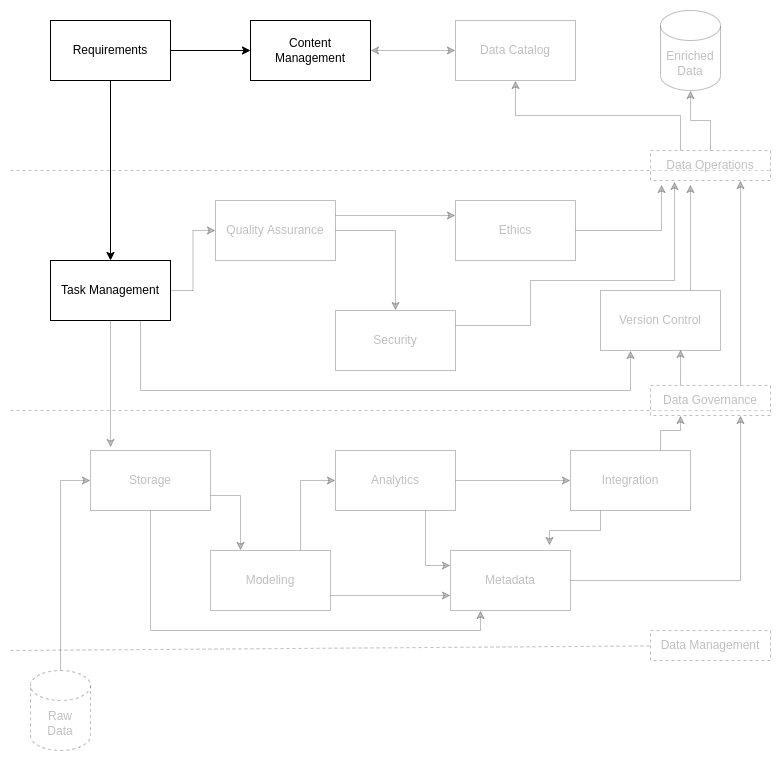
CertusGroup/ciutshi keeps this draw.io diagram as docs/source/static/images/do_overview_req.png. Above is the earlier version. Source tidied: cells renumbered, new cells last; positions are measured from the earlier drawing's top-left corner, leaving out a move shared by most shapes.
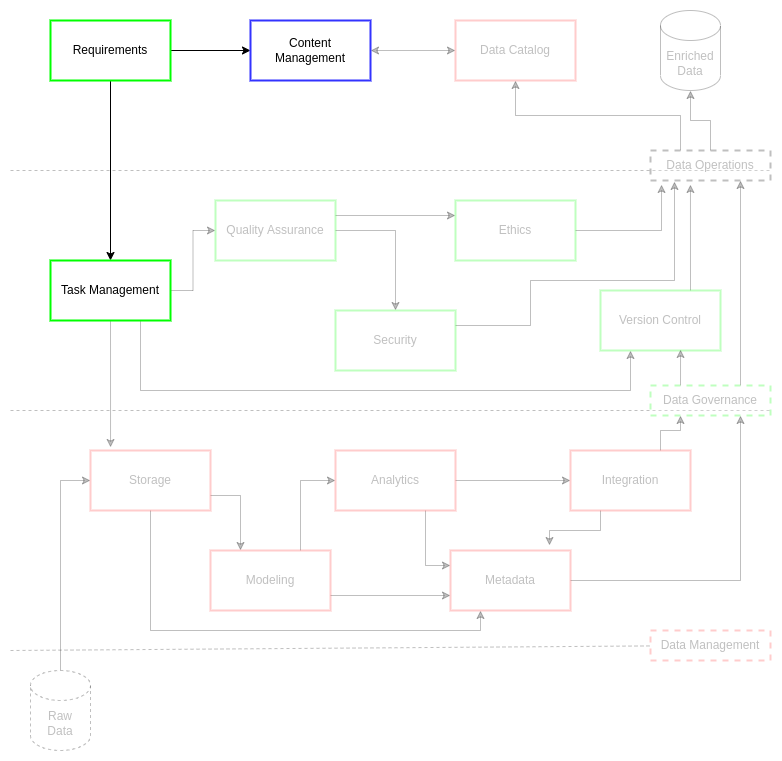
The same diagram one commit later.

The edit, as a diff of the source:
```diff
@@ -20,7 +20,7 @@
     <mxCell id="5" style="edgeStyle=orthogonalEdgeStyle;rounded=0;jettySize=auto;html=1;exitX=0.5;exitY=1;exitDx=0;exitDy=0;entryX=0.25;entryY=1;entryDx=0;entryDy=0;opacity=25;textOpacity=25;" parent="1" edge="1" source="6" target="14">
       <mxGeometry relative="1" as="geometry" />
     </mxCell>
-    <mxCell id="6" value="Storage" style="rounded=0;whiteSpace=wrap;html=1;opacity=25;textOpacity=25;" parent="1" vertex="1">
+    <mxCell id="6" value="Storage" style="rounded=0;whiteSpace=wrap;html=1;strokeWidth=2;strokeColor=#FF3333;opacity=25;textOpacity=25;" parent="1" vertex="1">
       <mxGeometry x="80" y="440" width="120" height="60" as="geometry" />
     </mxCell>
     <mxCell id="7" style="edgeStyle=orthogonalEdgeStyle;rounded=0;jettySize=auto;html=1;exitX=0.75;exitY=0;exitDx=0;exitDy=0;entryX=0;entryY=0.5;entryDx=0;entryDy=0;opacity=25;textOpacity=25;" parent="1" edge="1" source="9" target="12">
@@ -29,7 +29,7 @@
     <mxCell id="8" style="edgeStyle=orthogonalEdgeStyle;rounded=0;jettySize=auto;html=1;exitX=1;exitY=0.75;exitDx=0;exitDy=0;entryX=0;entryY=0.75;entryDx=0;entryDy=0;opacity=25;textOpacity=25;" parent="1" edge="1" source="9" target="14">
       <mxGeometry relative="1" as="geometry" />
     </mxCell>
-    <mxCell id="9" value="Modeling" style="rounded=0;whiteSpace=wrap;html=1;opacity=25;textOpacity=25;" parent="1" vertex="1">
+    <mxCell id="9" value="Modeling" style="rounded=0;whiteSpace=wrap;html=1;strokeWidth=2;strokeColor=#FF3333;opacity=25;textOpacity=25;" parent="1" vertex="1">
       <mxGeometry x="200" y="540" width="120" height="60" as="geometry" />
     </mxCell>
     <mxCell id="10" style="edgeStyle=orthogonalEdgeStyle;rounded=0;jettySize=auto;html=1;exitX=1;exitY=0.5;exitDx=0;exitDy=0;entryX=0;entryY=0.5;entryDx=0;entryDy=0;opacity=25;textOpacity=25;" parent="1" edge="1" source="12" target="17">
@@ -38,13 +38,13 @@
     <mxCell id="11" style="edgeStyle=orthogonalEdgeStyle;rounded=0;jettySize=auto;html=1;exitX=0.75;exitY=1;exitDx=0;exitDy=0;entryX=0;entryY=0.25;entryDx=0;entryDy=0;opacity=25;textOpacity=25;" parent="1" edge="1" source="12" target="14">
       <mxGeometry relative="1" as="geometry" />
     </mxCell>
-    <mxCell id="12" value="Analytics" style="rounded=0;whiteSpace=wrap;html=1;opacity=25;textOpacity=25;" parent="1" vertex="1">
+    <mxCell id="12" value="Analytics" style="rounded=0;whiteSpace=wrap;html=1;strokeWidth=2;strokeColor=#FF3333;opacity=25;textOpacity=25;" parent="1" vertex="1">
       <mxGeometry x="325" y="440" width="120" height="60" as="geometry" />
     </mxCell>
     <mxCell id="13" style="edgeStyle=orthogonalEdgeStyle;rounded=0;jettySize=auto;html=1;exitX=1;exitY=0.5;exitDx=0;exitDy=0;entryX=0.75;entryY=1;entryDx=0;entryDy=0;opacity=25;textOpacity=25;" parent="1" edge="1" source="14" target="38">
       <mxGeometry relative="1" as="geometry" />
     </mxCell>
-    <mxCell id="14" value="Metadata" style="rounded=0;whiteSpace=wrap;html=1;opacity=25;textOpacity=25;" parent="1" vertex="1">
+    <mxCell id="14" value="Metadata" style="rounded=0;whiteSpace=wrap;html=1;strokeWidth=2;strokeColor=#FF3333;opacity=25;textOpacity=25;" parent="1" vertex="1">
       <mxGeometry x="440" y="540" width="120" height="60" as="geometry" />
     </mxCell>
     <mxCell id="15" style="edgeStyle=orthogonalEdgeStyle;rounded=0;jettySize=auto;html=1;exitX=0.25;exitY=1;exitDx=0;exitDy=0;entryX=0.825;entryY=-0.083;entryDx=0;entryDy=0;entryPerimeter=0;opacity=25;textOpacity=25;" parent="1" edge="1" source="17" target="14">
@@ -53,10 +53,10 @@
     <mxCell id="16" style="edgeStyle=orthogonalEdgeStyle;rounded=0;jettySize=auto;html=1;exitX=0.75;exitY=0;exitDx=0;exitDy=0;entryX=0.25;entryY=1;entryDx=0;entryDy=0;opacity=25;textOpacity=25;" parent="1" edge="1" source="17" target="38">
       <mxGeometry relative="1" as="geometry" />
     </mxCell>
-    <mxCell id="17" value="Integration" style="rounded=0;whiteSpace=wrap;html=1;opacity=25;textOpacity=25;" parent="1" vertex="1">
+    <mxCell id="17" value="Integration" style="rounded=0;whiteSpace=wrap;html=1;strokeWidth=2;strokeColor=#FF3333;opacity=25;textOpacity=25;" parent="1" vertex="1">
       <mxGeometry x="560" y="440" width="120" height="60" as="geometry" />
     </mxCell>
-    <mxCell id="18" value="Data Catalog&lt;br&gt;" style="rounded=0;whiteSpace=wrap;html=1;opacity=25;textOpacity=25;" parent="1" vertex="1">
+    <mxCell id="18" value="Data Catalog&lt;br&gt;" style="rounded=0;whiteSpace=wrap;html=1;strokeWidth=2;strokeColor=#FF3333;opacity=25;textOpacity=25;" parent="1" vertex="1">
       <mxGeometry x="445" y="10" width="120" height="60" as="geometry" />
     </mxCell>
     <mxCell id="19" style="edgeStyle=orthogonalEdgeStyle;rounded=0;jettySize=auto;html=1;exitX=0.5;exitY=1;exitDx=0;exitDy=0;entryX=0.5;entryY=0;entryDx=0;entryDy=0;" parent="1" edge="1" source="21" target="25">
@@ -65,7 +65,7 @@
     <mxCell id="20" style="edgeStyle=orthogonalEdgeStyle;rounded=0;jettySize=auto;html=1;exitX=1;exitY=0.5;exitDx=0;exitDy=0;entryX=0;entryY=0.5;entryDx=0;entryDy=0;" parent="1" edge="1" source="21" target="48">
       <mxGeometry relative="1" as="geometry" />
     </mxCell>
-    <mxCell id="21" value="Requirements" style="rounded=0;whiteSpace=wrap;html=1;" parent="1" vertex="1">
+    <mxCell id="21" value="Requirements" style="rounded=0;whiteSpace=wrap;html=1;strokeColor=#00FF00;strokeWidth=2;" parent="1" vertex="1">
       <mxGeometry x="40" y="10" width="120" height="60" as="geometry" />
     </mxCell>
     <mxCell id="22" style="edgeStyle=orthogonalEdgeStyle;rounded=0;jettySize=auto;html=1;exitX=1;exitY=0.5;exitDx=0;exitDy=0;entryX=0;entryY=0.5;entryDx=0;entryDy=0;opacity=25;textOpacity=25;" parent="1" edge="1" source="25" target="28">
@@ -82,7 +82,7 @@
     <mxCell id="24" style="edgeStyle=orthogonalEdgeStyle;rounded=0;jettySize=auto;html=1;exitX=0.5;exitY=1;exitDx=0;exitDy=0;entryX=0.167;entryY=-0.05;entryDx=0;entryDy=0;entryPerimeter=0;opacity=25;textOpacity=25;" parent="1" edge="1" source="25" target="6">
       <mxGeometry relative="1" as="geometry" />
     </mxCell>
-    <mxCell id="25" value="Task Management" style="rounded=0;whiteSpace=wrap;html=1;" parent="1" vertex="1">
+    <mxCell id="25" value="Task Management" style="rounded=0;whiteSpace=wrap;html=1;strokeColor=#00FF00;strokeWidth=2;" parent="1" vertex="1">
       <mxGeometry x="40" y="250" width="120" height="60" as="geometry" />
     </mxCell>
     <mxCell id="26" style="edgeStyle=orthogonalEdgeStyle;rounded=0;jettySize=auto;html=1;exitX=1;exitY=0.5;exitDx=0;exitDy=0;entryX=0.5;entryY=0;entryDx=0;entryDy=0;opacity=25;textOpacity=25;" parent="1" edge="1" source="28" target="30">
@@ -91,7 +91,7 @@
     <mxCell id="27" style="edgeStyle=orthogonalEdgeStyle;rounded=0;jettySize=auto;html=1;exitX=1;exitY=0.25;exitDx=0;exitDy=0;entryX=0;entryY=0.25;entryDx=0;entryDy=0;opacity=25;textOpacity=25;" parent="1" edge="1" source="28" target="34">
       <mxGeometry relative="1" as="geometry" />
     </mxCell>
-    <mxCell id="28" value="Quality Assurance" style="rounded=0;whiteSpace=wrap;html=1;opacity=25;textOpacity=25;" parent="1" vertex="1">
+    <mxCell id="28" value="Quality Assurance" style="rounded=0;whiteSpace=wrap;html=1;strokeColor=#00FF00;strokeWidth=2;opacity=25;textOpacity=25;" parent="1" vertex="1">
       <mxGeometry x="205" y="190" width="120" height="60" as="geometry" />
     </mxCell>
     <mxCell id="29" style="edgeStyle=orthogonalEdgeStyle;rounded=0;jettySize=auto;html=1;exitX=1;exitY=0.25;exitDx=0;exitDy=0;entryX=0.2;entryY=1.033;entryDx=0;entryDy=0;entryPerimeter=0;opacity=25;textOpacity=25;" parent="1" edge="1" source="30" target="41">
@@ -103,19 +103,19 @@
         </Array>
       </mxGeometry>
     </mxCell>
-    <mxCell id="30" value="Security" style="rounded=0;whiteSpace=wrap;html=1;opacity=25;textOpacity=25;" parent="1" vertex="1">
+    <mxCell id="30" value="Security" style="rounded=0;whiteSpace=wrap;html=1;strokeColor=#00FF00;strokeWidth=2;opacity=25;textOpacity=25;" parent="1" vertex="1">
       <mxGeometry x="325" y="300" width="120" height="60" as="geometry" />
     </mxCell>
     <mxCell id="31" style="edgeStyle=orthogonalEdgeStyle;rounded=0;jettySize=auto;html=1;exitX=0.75;exitY=0;exitDx=0;exitDy=0;entryX=0.333;entryY=1.133;entryDx=0;entryDy=0;entryPerimeter=0;opacity=25;textOpacity=25;" parent="1" edge="1" source="32" target="41">
       <mxGeometry relative="1" as="geometry" />
     </mxCell>
-    <mxCell id="32" value="Version Control" style="rounded=0;whiteSpace=wrap;html=1;opacity=25;textOpacity=25;" parent="1" vertex="1">
+    <mxCell id="32" value="Version Control" style="rounded=0;whiteSpace=wrap;html=1;strokeColor=#00FF00;strokeWidth=2;opacity=25;textOpacity=25;" parent="1" vertex="1">
       <mxGeometry x="590" y="280" width="120" height="60" as="geometry" />
     </mxCell>
     <mxCell id="33" style="edgeStyle=orthogonalEdgeStyle;rounded=0;jettySize=auto;html=1;exitX=1;exitY=0.5;exitDx=0;exitDy=0;entryX=0.092;entryY=1.133;entryDx=0;entryDy=0;entryPerimeter=0;opacity=25;textOpacity=25;" parent="1" edge="1" source="34" target="41">
       <mxGeometry relative="1" as="geometry" />
     </mxCell>
-    <mxCell id="34" value="Ethics" style="rounded=0;whiteSpace=wrap;html=1;opacity=25;textOpacity=25;" parent="1" vertex="1">
+    <mxCell id="34" value="Ethics" style="rounded=0;whiteSpace=wrap;html=1;strokeColor=#00FF00;strokeWidth=2;opacity=25;textOpacity=25;" parent="1" vertex="1">
       <mxGeometry x="445" y="190" width="120" height="60" as="geometry" />
     </mxCell>
     <mxCell id="35" style="endArrow=none;dashed=1;html=1;rounded=0;startArrow=none;opacity=25;textOpacity=25;" parent="1" edge="1" source="45">
@@ -129,7 +129,7 @@
     <mxCell id="37" style="edgeStyle=orthogonalEdgeStyle;rounded=0;jettySize=auto;html=1;exitX=0.75;exitY=0;exitDx=0;exitDy=0;entryX=0.75;entryY=1;entryDx=0;entryDy=0;opacity=25;textOpacity=25;" parent="1" edge="1" source="38" target="41">
       <mxGeometry relative="1" as="geometry" />
     </mxCell>
-    <mxCell id="38" value="Data Governance" style="rounded=0;whiteSpace=wrap;html=1;dashed=1;opacity=25;textOpacity=25;" parent="1" vertex="1">
+    <mxCell id="38" value="Data Governance" style="rounded=0;whiteSpace=wrap;html=1;dashed=1;strokeColor=#00FF00;strokeWidth=2;opacity=25;textOpacity=25;" parent="1" vertex="1">
       <mxGeometry x="640" y="375" width="120" height="30" as="geometry" />
     </mxCell>
     <mxCell id="39" style="edgeStyle=orthogonalEdgeStyle;rounded=0;jettySize=auto;html=1;exitX=0.5;exitY=0;exitDx=0;exitDy=0;entryX=0.5;entryY=1;entryDx=0;entryDy=0;entryPerimeter=0;opacity=25;textOpacity=25;" parent="1" edge="1" source="41" target="44">
@@ -138,7 +138,7 @@
     <mxCell id="40" style="edgeStyle=orthogonalEdgeStyle;rounded=0;jettySize=auto;html=1;exitX=0.25;exitY=0;exitDx=0;exitDy=0;entryX=0.5;entryY=1;entryDx=0;entryDy=0;opacity=25;textOpacity=25;" parent="1" edge="1" source="41" target="18">
       <mxGeometry relative="1" as="geometry" />
     </mxCell>
-    <mxCell id="41" value="Data Operations" style="rounded=0;whiteSpace=wrap;html=1;dashed=1;opacity=25;textOpacity=25;" parent="1" vertex="1">
+    <mxCell id="41" value="Data Operations" style="rounded=0;whiteSpace=wrap;html=1;dashed=1;strokeWidth=2;opacity=25;textOpacity=25;" parent="1" vertex="1">
       <mxGeometry x="640" y="140" width="120" height="30" as="geometry" />
     </mxCell>
     <mxCell id="42" style="edgeStyle=orthogonalEdgeStyle;rounded=0;jettySize=auto;html=1;exitX=0.5;exitY=0;exitDx=0;exitDy=0;exitPerimeter=0;entryX=0;entryY=0.5;entryDx=0;entryDy=0;opacity=25;textOpacity=25;" parent="1" edge="1" source="43" target="6">
@@ -150,7 +150,7 @@
     <mxCell id="44" value="Enriched&lt;br&gt;Data" style="shape=cylinder3;whiteSpace=wrap;html=1;boundedLbl=1;backgroundOutline=1;size=15;opacity=25;textOpacity=25;" parent="1" vertex="1">
       <mxGeometry x="650" width="60" height="80" as="geometry" />
     </mxCell>
-    <mxCell id="45" value="Data Management&lt;br&gt;" style="rounded=0;whiteSpace=wrap;html=1;dashed=1;opacity=25;textOpacity=25;" parent="1" vertex="1">
+    <mxCell id="45" value="Data Management&lt;br&gt;" style="rounded=0;whiteSpace=wrap;html=1;dashed=1;strokeWidth=2;strokeColor=#FF3333;opacity=25;textOpacity=25;" parent="1" vertex="1">
       <mxGeometry x="640" y="620" width="120" height="30" as="geometry" />
     </mxCell>
     <mxCell id="46" style="endArrow=none;dashed=1;html=1;rounded=0;opacity=25;textOpacity=25;" parent="1" edge="1" target="45">
@@ -161,7 +161,7 @@
     <mxCell id="47" style="edgeStyle=orthogonalEdgeStyle;rounded=0;jettySize=auto;html=1;exitX=1;exitY=0.5;exitDx=0;exitDy=0;entryX=0;entryY=0.5;entryDx=0;entryDy=0;startArrow=classic;startFill=1;opacity=25;textOpacity=25;" parent="1" edge="1" source="48" target="18">
       <mxGeometry relative="1" as="geometry" />
     </mxCell>
-    <mxCell id="48" value="Content&lt;br&gt;Management" style="rounded=0;whiteSpace=wrap;html=1;" parent="1" vertex="1">
+    <mxCell id="48" value="Content&lt;br&gt;Management" style="rounded=0;whiteSpace=wrap;html=1;strokeColor=#3333FF;strokeWidth=2;" parent="1" vertex="1">
       <mxGeometry x="240" y="10" width="120" height="60" as="geometry" />
     </mxCell>
   </root>
```
